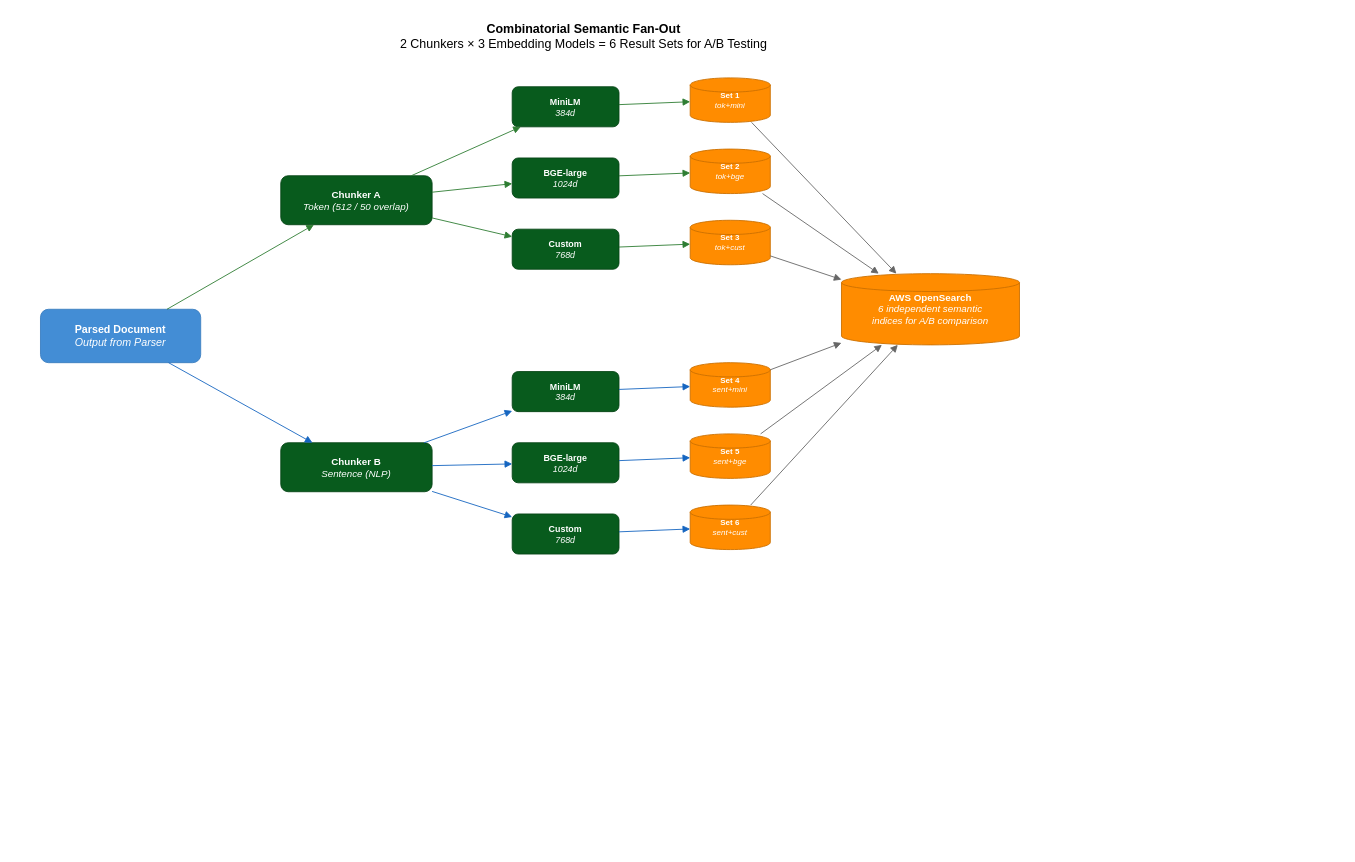
Before: page "5 - Combinatorial Fan-Out" (5 of 8) of ARCHITECTURE_DIAGRAMS.drawio in ai-pipestream/.github, a draw.io diagram. Source tidied: cells renumbered, new cells numbered last; positions are measured from the earlier drawing's top-left corner, leaving out a move shared by most shapes. Both pictures are drawn from the tidied source at 89%, with x=0, y=0 at pixel (40, 15).
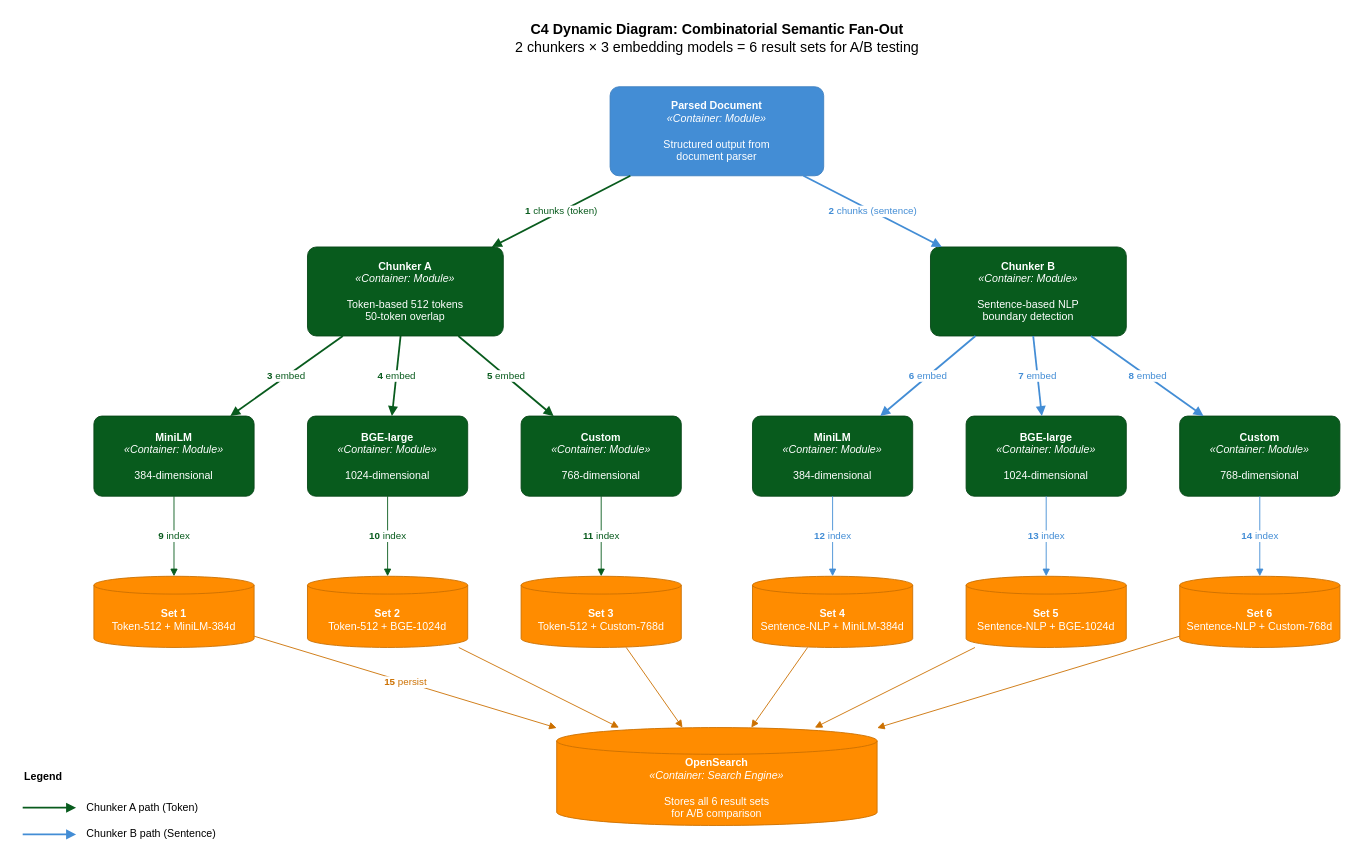
After the change.

Change to the diagram source:
```diff
@@
-    <mxCell id="2" value="&lt;b&gt;Combinatorial Semantic Fan-Out&lt;/b&gt;&lt;br&gt;2 Chunkers × 3 Embedding Models = 6 Result Sets for A/B Testing" style="text;html=1;align=center;fontSize=14;" parent="1" vertex="1">
-      <mxGeometry x="360" width="500" height="40" as="geometry" />
-    </mxCell>
-    <mxCell id="3" value="&lt;b&gt;Parsed Document&lt;/b&gt;&lt;br&gt;&lt;i&gt;Output from Parser&lt;/i&gt;" style="rounded=1;fillColor=#438DD5;strokeColor=#3C7FC0;fontColor=#ffffff;fontSize=12;whiteSpace=wrap;html=1;" parent="1" vertex="1">
-      <mxGeometry y="330" width="180" height="60" as="geometry" />
-    </mxCell>
-    <mxCell id="4" value="&lt;b&gt;Chunker A&lt;/b&gt;&lt;br&gt;&lt;i&gt;Token (512 / 50 overlap)&lt;/i&gt;" style="rounded=1;fillColor=#085B1D;strokeColor=#064516;fontColor=#ffffff;fontSize=11;whiteSpace=wrap;html=1;" parent="1" vertex="1">
-      <mxGeometry x="270" y="180" width="170" height="55" as="geometry" />
-    </mxCell>
-    <mxCell id="5" value="&lt;b&gt;Chunker B&lt;/b&gt;&lt;br&gt;&lt;i&gt;Sentence (NLP)&lt;/i&gt;" style="rounded=1;fillColor=#085B1D;strokeColor=#064516;fontColor=#ffffff;fontSize=11;whiteSpace=wrap;html=1;" parent="1" vertex="1">
-      <mxGeometry x="270" y="480" width="170" height="55" as="geometry" />
-    </mxCell>
-    <mxCell id="6" value="&lt;b&gt;MiniLM&lt;/b&gt;&lt;br&gt;&lt;i&gt;384d&lt;/i&gt;" style="rounded=1;fillColor=#085B1D;strokeColor=#064516;fontColor=#ffffff;fontSize=10;whiteSpace=wrap;html=1;" parent="1" vertex="1">
-      <mxGeometry x="530" y="80" width="120" height="45" as="geometry" />
-    </mxCell>
-    <mxCell id="7" value="&lt;b&gt;BGE-large&lt;/b&gt;&lt;br&gt;&lt;i&gt;1024d&lt;/i&gt;" style="rounded=1;fillColor=#085B1D;strokeColor=#064516;fontColor=#ffffff;fontSize=10;whiteSpace=wrap;html=1;" parent="1" vertex="1">
-      <mxGeometry x="530" y="160" width="120" height="45" as="geometry" />
-    </mxCell>
-    <mxCell id="8" value="&lt;b&gt;Custom&lt;/b&gt;&lt;br&gt;&lt;i&gt;768d&lt;/i&gt;" style="rounded=1;fillColor=#085B1D;strokeColor=#064516;fontColor=#ffffff;fontSize=10;whiteSpace=wrap;html=1;" parent="1" vertex="1">
-      <mxGeometry x="530" y="240" width="120" height="45" as="geometry" />
-    </mxCell>
-    <mxCell id="9" value="&lt;b&gt;MiniLM&lt;/b&gt;&lt;br&gt;&lt;i&gt;384d&lt;/i&gt;" style="rounded=1;fillColor=#085B1D;strokeColor=#064516;fontColor=#ffffff;fontSize=10;whiteSpace=wrap;html=1;" parent="1" vertex="1">
-      <mxGeometry x="530" y="400" width="120" height="45" as="geometry" />
-    </mxCell>
-    <mxCell id="10" value="&lt;b&gt;BGE-large&lt;/b&gt;&lt;br&gt;&lt;i&gt;1024d&lt;/i&gt;" style="rounded=1;fillColor=#085B1D;strokeColor=#064516;fontColor=#ffffff;fontSize=10;whiteSpace=wrap;html=1;" parent="1" vertex="1">
-      <mxGeometry x="530" y="480" width="120" height="45" as="geometry" />
-    </mxCell>
-    <mxCell id="11" value="&lt;b&gt;Custom&lt;/b&gt;&lt;br&gt;&lt;i&gt;768d&lt;/i&gt;" style="rounded=1;fillColor=#085B1D;strokeColor=#064516;fontColor=#ffffff;fontSize=10;whiteSpace=wrap;html=1;" parent="1" vertex="1">
-      <mxGeometry x="530" y="560" width="120" height="45" as="geometry" />
-    </mxCell>
-    <mxCell id="12" value="&lt;b&gt;Set 1&lt;/b&gt;&lt;br&gt;&lt;i&gt;tok+mini&lt;/i&gt;" style="shape=cylinder3;fillColor=#FF8C00;strokeColor=#CC7000;fontColor=#ffffff;fontSize=9;whiteSpace=wrap;size=8;html=1;" parent="1" vertex="1">
-      <mxGeometry x="730" y="70" width="90" height="50" as="geometry" />
-    </mxCell>
-    <mxCell id="13" value="&lt;b&gt;Set 2&lt;/b&gt;&lt;br&gt;&lt;i&gt;tok+bge&lt;/i&gt;" style="shape=cylinder3;fillColor=#FF8C00;strokeColor=#CC7000;fontColor=#ffffff;fontSize=9;whiteSpace=wrap;size=8;html=1;" parent="1" vertex="1">
-      <mxGeometry x="730" y="150" width="90" height="50" as="geometry" />
-    </mxCell>
-    <mxCell id="14" value="&lt;b&gt;Set 3&lt;/b&gt;&lt;br&gt;&lt;i&gt;tok+cust&lt;/i&gt;" style="shape=cylinder3;fillColor=#FF8C00;strokeColor=#CC7000;fontColor=#ffffff;fontSize=9;whiteSpace=wrap;size=8;html=1;" parent="1" vertex="1">
-      <mxGeometry x="730" y="230" width="90" height="50" as="geometry" />
-    </mxCell>
-    <mxCell id="15" value="&lt;b&gt;Set 4&lt;/b&gt;&lt;br&gt;&lt;i&gt;sent+mini&lt;/i&gt;" style="shape=cylinder3;fillColor=#FF8C00;strokeColor=#CC7000;fontColor=#ffffff;fontSize=9;whiteSpace=wrap;size=8;html=1;" parent="1" vertex="1">
-      <mxGeometry x="730" y="390" width="90" height="50" as="geometry" />
-    </mxCell>
-    <mxCell id="16" value="&lt;b&gt;Set 5&lt;/b&gt;&lt;br&gt;&lt;i&gt;sent+bge&lt;/i&gt;" style="shape=cylinder3;fillColor=#FF8C00;strokeColor=#CC7000;fontColor=#ffffff;fontSize=9;whiteSpace=wrap;size=8;html=1;" parent="1" vertex="1">
-      <mxGeometry x="730" y="470" width="90" height="50" as="geometry" />
-    </mxCell>
-    <mxCell id="17" value="&lt;b&gt;Set 6&lt;/b&gt;&lt;br&gt;&lt;i&gt;sent+cust&lt;/i&gt;" style="shape=cylinder3;fillColor=#FF8C00;strokeColor=#CC7000;fontColor=#ffffff;fontSize=9;whiteSpace=wrap;size=8;html=1;" parent="1" vertex="1">
-      <mxGeometry x="730" y="550" width="90" height="50" as="geometry" />
-    </mxCell>
-    <mxCell id="18" value="&lt;b&gt;AWS OpenSearch&lt;/b&gt;&lt;br&gt;&lt;i&gt;6 independent semantic&lt;br&gt;indices for A/B comparison&lt;/i&gt;" style="shape=cylinder3;fillColor=#FF8C00;strokeColor=#CC7000;fontColor=#ffffff;fontSize=11;whiteSpace=wrap;size=10;html=1;" parent="1" vertex="1">
-      <mxGeometry x="900" y="290" width="200" height="80" as="geometry" />
-    </mxCell>
-    <mxCell id="19" style="endArrow=block;endFill=1;strokeColor=#2E7D32;" parent="1" edge="1" source="3" target="4">
-      <mxGeometry relative="1" as="geometry" />
-    </mxCell>
-    <mxCell id="20" style="endArrow=block;endFill=1;strokeColor=#1565C0;" parent="1" edge="1" source="3" target="5">
-      <mxGeometry relative="1" as="geometry" />
-    </mxCell>
-    <mxCell id="21" style="endArrow=block;endFill=1;strokeColor=#2E7D32;" parent="1" edge="1" source="4" target="6">
-      <mxGeometry relative="1" as="geometry" />
-    </mxCell>
-    <mxCell id="22" style="endArrow=block;endFill=1;strokeColor=#2E7D32;" parent="1" edge="1" source="4" target="7">
-      <mxGeometry relative="1" as="geometry" />
-    </mxCell>
-    <mxCell id="23" style="endArrow=block;endFill=1;strokeColor=#2E7D32;" parent="1" edge="1" source="4" target="8">
-      <mxGeometry relative="1" as="geometry" />
-    </mxCell>
-    <mxCell id="24" style="endArrow=block;endFill=1;strokeColor=#1565C0;" parent="1" edge="1" source="5" target="9">
-      <mxGeometry relative="1" as="geometry" />
-    </mxCell>
-    <mxCell id="25" style="endArrow=block;endFill=1;strokeColor=#1565C0;" parent="1" edge="1" source="5" target="10">
-      <mxGeometry relative="1" as="geometry" />
-    </mxCell>
-    <mxCell id="26" style="endArrow=block;endFill=1;strokeColor=#1565C0;" parent="1" edge="1" source="5" target="11">
-      <mxGeometry relative="1" as="geometry" />
-    </mxCell>
-    <mxCell id="27" style="endArrow=block;endFill=1;strokeColor=#2E7D32;" parent="1" edge="1" source="6" target="12">
-      <mxGeometry relative="1" as="geometry" />
-    </mxCell>
-    <mxCell id="28" style="endArrow=block;endFill=1;strokeColor=#2E7D32;" parent="1" edge="1" source="7" target="13">
-      <mxGeometry relative="1" as="geometry" />
-    </mxCell>
-    <mxCell id="29" style="endArrow=block;endFill=1;strokeColor=#2E7D32;" parent="1" edge="1" source="8" target="14">
-      <mxGeometry relative="1" as="geometry" />
-    </mxCell>
-    <mxCell id="30" style="endArrow=block;endFill=1;strokeColor=#1565C0;" parent="1" edge="1" source="9" target="15">
-      <mxGeometry relative="1" as="geometry" />
-    </mxCell>
-    <mxCell id="31" style="endArrow=block;endFill=1;strokeColor=#1565C0;" parent="1" edge="1" source="10" target="16">
-      <mxGeometry relative="1" as="geometry" />
-    </mxCell>
-    <mxCell id="32" style="endArrow=block;endFill=1;strokeColor=#1565C0;" parent="1" edge="1" source="11" target="17">
-      <mxGeometry relative="1" as="geometry" />
-    </mxCell>
-    <mxCell id="33" style="endArrow=block;endFill=1;strokeColor=#666666;" parent="1" edge="1" source="12" target="18">
-      <mxGeometry relative="1" as="geometry" />
-    </mxCell>
-    <mxCell id="34" style="endArrow=block;endFill=1;strokeColor=#666666;" parent="1" edge="1" source="13" target="18">
-      <mxGeometry relative="1" as="geometry" />
-    </mxCell>
-    <mxCell id="35" style="endArrow=block;endFill=1;strokeColor=#666666;" parent="1" edge="1" source="14" target="18">
-      <mxGeometry relative="1" as="geometry" />
-    </mxCell>
-    <mxCell id="36" style="endArrow=block;endFill=1;strokeColor=#666666;" parent="1" edge="1" source="15" target="18">
-      <mxGeometry relative="1" as="geometry" />
-    </mxCell>
-    <mxCell id="37" style="endArrow=block;endFill=1;strokeColor=#666666;" parent="1" edge="1" source="16" target="18">
-      <mxGeometry relative="1" as="geometry" />
-    </mxCell>
-    <mxCell id="38" style="endArrow=block;endFill=1;strokeColor=#666666;" parent="1" edge="1" source="17" target="18">
-      <mxGeometry relative="1" as="geometry" />
-    </mxCell>
+    <mxCell id="39" value="&lt;b&gt;C4 Dynamic Diagram: Combinatorial Semantic Fan-Out&lt;/b&gt;&lt;br&gt;2 chunkers × 3 embedding models = 6 result sets for A/B testing" style="text;html=1;align=center;verticalAlign=middle;strokeColor=none;fillColor=none;fontSize=16;" parent="1" vertex="1">
+      <mxGeometry x="360" width="800" height="50" as="geometry" />
+    </mxCell>
+    <mxCell id="40" value="&lt;b&gt;Parsed Document&lt;/b&gt;&lt;br&gt;&lt;i&gt;«Container: Module»&lt;/i&gt;&lt;br&gt;&lt;br&gt;Structured output from&lt;br&gt;document parser" style="rounded=1;whiteSpace=wrap;html=1;fillColor=#438DD5;strokeColor=#3C7FC0;fontColor=#FFFFFF;arcSize=10;verticalAlign=middle;align=center;" parent="1" vertex="1">
+      <mxGeometry x="640" y="80" width="240" height="100" as="geometry" />
+    </mxCell>
+    <mxCell id="41" value="&lt;b&gt;Chunker A&lt;/b&gt;&lt;br&gt;&lt;i&gt;«Container: Module»&lt;/i&gt;&lt;br&gt;&lt;br&gt;Token-based 512 tokens&lt;br&gt;50-token overlap" style="rounded=1;whiteSpace=wrap;html=1;fillColor=#085B1D;strokeColor=#064516;fontColor=#FFFFFF;arcSize=10;verticalAlign=middle;align=center;" parent="1" vertex="1">
+      <mxGeometry x="300" y="260" width="220" height="100" as="geometry" />
+    </mxCell>
+    <mxCell id="42" value="&lt;b&gt;Chunker B&lt;/b&gt;&lt;br&gt;&lt;i&gt;«Container: Module»&lt;/i&gt;&lt;br&gt;&lt;br&gt;Sentence-based NLP&lt;br&gt;boundary detection" style="rounded=1;whiteSpace=wrap;html=1;fillColor=#085B1D;strokeColor=#064516;fontColor=#FFFFFF;arcSize=10;verticalAlign=middle;align=center;" parent="1" vertex="1">
+      <mxGeometry x="1000" y="260" width="220" height="100" as="geometry" />
+    </mxCell>
+    <mxCell id="43" value="&lt;b&gt;1&lt;/b&gt; chunks (token)" style="html=1;endArrow=block;endFill=1;strokeColor=#085B1D;strokeWidth=2;fontColor=#085B1D;" parent="1" edge="1" source="40" target="41">
+      <mxGeometry relative="1" as="geometry" />
+    </mxCell>
+    <mxCell id="44" value="&lt;b&gt;2&lt;/b&gt; chunks (sentence)" style="html=1;endArrow=block;endFill=1;strokeColor=#438DD5;strokeWidth=2;fontColor=#438DD5;" parent="1" edge="1" source="40" target="42">
+      <mxGeometry relative="1" as="geometry" />
+    </mxCell>
+    <mxCell id="45" value="&lt;b&gt;MiniLM&lt;/b&gt;&lt;br&gt;&lt;i&gt;«Container: Module»&lt;/i&gt;&lt;br&gt;&lt;br&gt;384-dimensional" style="rounded=1;whiteSpace=wrap;html=1;fillColor=#085B1D;strokeColor=#064516;fontColor=#FFFFFF;arcSize=10;verticalAlign=middle;align=center;" parent="1" vertex="1">
+      <mxGeometry x="60" y="450" width="180" height="90" as="geometry" />
+    </mxCell>
+    <mxCell id="46" value="&lt;b&gt;BGE-large&lt;/b&gt;&lt;br&gt;&lt;i&gt;«Container: Module»&lt;/i&gt;&lt;br&gt;&lt;br&gt;1024-dimensional" style="rounded=1;whiteSpace=wrap;html=1;fillColor=#085B1D;strokeColor=#064516;fontColor=#FFFFFF;arcSize=10;verticalAlign=middle;align=center;" parent="1" vertex="1">
+      <mxGeometry x="300" y="450" width="180" height="90" as="geometry" />
+    </mxCell>
+    <mxCell id="47" value="&lt;b&gt;Custom&lt;/b&gt;&lt;br&gt;&lt;i&gt;«Container: Module»&lt;/i&gt;&lt;br&gt;&lt;br&gt;768-dimensional" style="rounded=1;whiteSpace=wrap;html=1;fillColor=#085B1D;strokeColor=#064516;fontColor=#FFFFFF;arcSize=10;verticalAlign=middle;align=center;" parent="1" vertex="1">
+      <mxGeometry x="540" y="450" width="180" height="90" as="geometry" />
+    </mxCell>
+    <mxCell id="48" value="&lt;b&gt;MiniLM&lt;/b&gt;&lt;br&gt;&lt;i&gt;«Container: Module»&lt;/i&gt;&lt;br&gt;&lt;br&gt;384-dimensional" style="rounded=1;whiteSpace=wrap;html=1;fillColor=#085B1D;strokeColor=#064516;fontColor=#FFFFFF;arcSize=10;verticalAlign=middle;align=center;" parent="1" vertex="1">
+      <mxGeometry x="800" y="450" width="180" height="90" as="geometry" />
+    </mxCell>
+    <mxCell id="49" value="&lt;b&gt;BGE-large&lt;/b&gt;&lt;br&gt;&lt;i&gt;«Container: Module»&lt;/i&gt;&lt;br&gt;&lt;br&gt;1024-dimensional" style="rounded=1;whiteSpace=wrap;html=1;fillColor=#085B1D;strokeColor=#064516;fontColor=#FFFFFF;arcSize=10;verticalAlign=middle;align=center;" parent="1" vertex="1">
+      <mxGeometry x="1040" y="450" width="180" height="90" as="geometry" />
+    </mxCell>
+    <mxCell id="50" value="&lt;b&gt;Custom&lt;/b&gt;&lt;br&gt;&lt;i&gt;«Container: Module»&lt;/i&gt;&lt;br&gt;&lt;br&gt;768-dimensional" style="rounded=1;whiteSpace=wrap;html=1;fillColor=#085B1D;strokeColor=#064516;fontColor=#FFFFFF;arcSize=10;verticalAlign=middle;align=center;" parent="1" vertex="1">
+      <mxGeometry x="1280" y="450" width="180" height="90" as="geometry" />
+    </mxCell>
+    <mxCell id="51" value="&lt;b&gt;3&lt;/b&gt; embed" style="html=1;endArrow=block;endFill=1;strokeColor=#085B1D;strokeWidth=2;fontColor=#085B1D;" parent="1" edge="1" source="41" target="45">
+      <mxGeometry relative="1" as="geometry" />
+    </mxCell>
+    <mxCell id="52" value="&lt;b&gt;4&lt;/b&gt; embed" style="html=1;endArrow=block;endFill=1;strokeColor=#085B1D;strokeWidth=2;fontColor=#085B1D;" parent="1" edge="1" source="41" target="46">
+      <mxGeometry relative="1" as="geometry" />
+    </mxCell>
+    <mxCell id="53" value="&lt;b&gt;5&lt;/b&gt; embed" style="html=1;endArrow=block;endFill=1;strokeColor=#085B1D;strokeWidth=2;fontColor=#085B1D;" parent="1" edge="1" source="41" target="47">
+      <mxGeometry relative="1" as="geometry" />
+    </mxCell>
+    <mxCell id="54" value="&lt;b&gt;6&lt;/b&gt; embed" style="html=1;endArrow=block;endFill=1;strokeColor=#438DD5;strokeWidth=2;fontColor=#438DD5;" parent="1" edge="1" source="42" target="48">
+      <mxGeometry relative="1" as="geometry" />
+    </mxCell>
+    <mxCell id="55" value="&lt;b&gt;7&lt;/b&gt; embed" style="html=1;endArrow=block;endFill=1;strokeColor=#438DD5;strokeWidth=2;fontColor=#438DD5;" parent="1" edge="1" source="42" target="49">
+      <mxGeometry relative="1" as="geometry" />
+    </mxCell>
+    <mxCell id="56" value="&lt;b&gt;8&lt;/b&gt; embed" style="html=1;endArrow=block;endFill=1;strokeColor=#438DD5;strokeWidth=2;fontColor=#438DD5;" parent="1" edge="1" source="42" target="50">
+      <mxGeometry relative="1" as="geometry" />
+    </mxCell>
+    <mxCell id="57" value="&lt;b&gt;Set 1&lt;/b&gt;&lt;br&gt;Token-512 + MiniLM-384d" style="shape=cylinder3;whiteSpace=wrap;html=1;boundedLbl=1;backgroundOutline=1;size=10;fillColor=#FF8C00;strokeColor=#CC7000;fontColor=#FFFFFF;verticalAlign=middle;align=center;" parent="1" vertex="1">
+      <mxGeometry x="60" y="630" width="180" height="80" as="geometry" />
+    </mxCell>
+    <mxCell id="58" value="&lt;b&gt;Set 2&lt;/b&gt;&lt;br&gt;Token-512 + BGE-1024d" style="shape=cylinder3;whiteSpace=wrap;html=1;boundedLbl=1;backgroundOutline=1;size=10;fillColor=#FF8C00;strokeColor=#CC7000;fontColor=#FFFFFF;verticalAlign=middle;align=center;" parent="1" vertex="1">
+      <mxGeometry x="300" y="630" width="180" height="80" as="geometry" />
+    </mxCell>
+    <mxCell id="59" value="&lt;b&gt;Set 3&lt;/b&gt;&lt;br&gt;Token-512 + Custom-768d" style="shape=cylinder3;whiteSpace=wrap;html=1;boundedLbl=1;backgroundOutline=1;size=10;fillColor=#FF8C00;strokeColor=#CC7000;fontColor=#FFFFFF;verticalAlign=middle;align=center;" parent="1" vertex="1">
+      <mxGeometry x="540" y="630" width="180" height="80" as="geometry" />
+    </mxCell>
+    <mxCell id="60" value="&lt;b&gt;Set 4&lt;/b&gt;&lt;br&gt;Sentence-NLP + MiniLM-384d" style="shape=cylinder3;whiteSpace=wrap;html=1;boundedLbl=1;backgroundOutline=1;size=10;fillColor=#FF8C00;strokeColor=#CC7000;fontColor=#FFFFFF;verticalAlign=middle;align=center;" parent="1" vertex="1">
+      <mxGeometry x="800" y="630" width="180" height="80" as="geometry" />
+    </mxCell>
+    <mxCell id="61" value="&lt;b&gt;Set 5&lt;/b&gt;&lt;br&gt;Sentence-NLP + BGE-1024d" style="shape=cylinder3;whiteSpace=wrap;html=1;boundedLbl=1;backgroundOutline=1;size=10;fillColor=#FF8C00;strokeColor=#CC7000;fontColor=#FFFFFF;verticalAlign=middle;align=center;" parent="1" vertex="1">
+      <mxGeometry x="1040" y="630" width="180" height="80" as="geometry" />
+    </mxCell>
+    <mxCell id="62" value="&lt;b&gt;Set 6&lt;/b&gt;&lt;br&gt;Sentence-NLP + Custom-768d" style="shape=cylinder3;whiteSpace=wrap;html=1;boundedLbl=1;backgroundOutline=1;size=10;fillColor=#FF8C00;strokeColor=#CC7000;fontColor=#FFFFFF;verticalAlign=middle;align=center;" parent="1" vertex="1">
+      <mxGeometry x="1280" y="630" width="180" height="80" as="geometry" />
+    </mxCell>
+    <mxCell id="63" value="&lt;b&gt;9&lt;/b&gt; index" style="html=1;endArrow=block;endFill=1;strokeColor=#085B1D;strokeWidth=1;fontColor=#085B1D;" parent="1" edge="1" source="45" target="57">
+      <mxGeometry relative="1" as="geometry" />
+    </mxCell>
+    <mxCell id="64" value="&lt;b&gt;10&lt;/b&gt; index" style="html=1;endArrow=block;endFill=1;strokeColor=#085B1D;strokeWidth=1;fontColor=#085B1D;" parent="1" edge="1" source="46" target="58">
+      <mxGeometry relative="1" as="geometry" />
+    </mxCell>
+    <mxCell id="65" value="&lt;b&gt;11&lt;/b&gt; index" style="html=1;endArrow=block;endFill=1;strokeColor=#085B1D;strokeWidth=1;fontColor=#085B1D;" parent="1" edge="1" source="47" target="59">
+      <mxGeometry relative="1" as="geometry" />
+    </mxCell>
+    <mxCell id="66" value="&lt;b&gt;12&lt;/b&gt; index" style="html=1;endArrow=block;endFill=1;strokeColor=#438DD5;strokeWidth=1;fontColor=#438DD5;" parent="1" edge="1" source="48" target="60">
+      <mxGeometry relative="1" as="geometry" />
+    </mxCell>
+    <mxCell id="67" value="&lt;b&gt;13&lt;/b&gt; index" style="html=1;endArrow=block;endFill=1;strokeColor=#438DD5;strokeWidth=1;fontColor=#438DD5;" parent="1" edge="1" source="49" target="61">
+      <mxGeometry relative="1" as="geometry" />
+    </mxCell>
+    <mxCell id="68" value="&lt;b&gt;14&lt;/b&gt; index" style="html=1;endArrow=block;endFill=1;strokeColor=#438DD5;strokeWidth=1;fontColor=#438DD5;" parent="1" edge="1" source="50" target="62">
+      <mxGeometry relative="1" as="geometry" />
+    </mxCell>
+    <mxCell id="69" value="&lt;b&gt;OpenSearch&lt;/b&gt;&lt;br&gt;&lt;i&gt;«Container: Search Engine»&lt;/i&gt;&lt;br&gt;&lt;br&gt;Stores all 6 result sets&lt;br&gt;for A/B comparison" style="shape=cylinder3;whiteSpace=wrap;html=1;boundedLbl=1;backgroundOutline=1;size=15;fillColor=#FF8C00;strokeColor=#CC7000;fontColor=#FFFFFF;verticalAlign=middle;align=center;" parent="1" vertex="1">
+      <mxGeometry x="580" y="800" width="360" height="110" as="geometry" />
+    </mxCell>
+    <mxCell id="70" value="&lt;b&gt;15&lt;/b&gt; persist" style="html=1;endArrow=block;endFill=1;strokeColor=#CC7000;strokeWidth=1;fontColor=#CC7000;" parent="1" edge="1" source="57" target="69">
+      <mxGeometry relative="1" as="geometry" />
+    </mxCell>
+    <mxCell id="71" style="html=1;endArrow=block;endFill=1;strokeColor=#CC7000;strokeWidth=1;" parent="1" edge="1" source="58" target="69">
+      <mxGeometry relative="1" as="geometry" />
+    </mxCell>
+    <mxCell id="72" style="html=1;endArrow=block;endFill=1;strokeColor=#CC7000;strokeWidth=1;" parent="1" edge="1" source="59" target="69">
+      <mxGeometry relative="1" as="geometry" />
+    </mxCell>
+    <mxCell id="73" style="html=1;endArrow=block;endFill=1;strokeColor=#CC7000;strokeWidth=1;" parent="1" edge="1" source="60" target="69">
+      <mxGeometry relative="1" as="geometry" />
+    </mxCell>
+    <mxCell id="74" style="html=1;endArrow=block;endFill=1;strokeColor=#CC7000;strokeWidth=1;" parent="1" edge="1" source="61" target="69">
+      <mxGeometry relative="1" as="geometry" />
+    </mxCell>
+    <mxCell id="75" style="html=1;endArrow=block;endFill=1;strokeColor=#CC7000;strokeWidth=1;" parent="1" edge="1" source="62" target="69">
+      <mxGeometry relative="1" as="geometry" />
+    </mxCell>
+    <mxCell id="76" value="&lt;b&gt;Legend&lt;/b&gt;" style="text;html=1;align=left;verticalAlign=middle;strokeColor=none;fillColor=none;fontSize=12;" parent="1" vertex="1">
+      <mxGeometry x="-20" y="840" width="70" height="30" as="geometry" />
+    </mxCell>
+    <mxCell id="77" style="endArrow=block;endFill=1;strokeColor=#085B1D;strokeWidth=2;html=1;" parent="1" edge="1">
+      <mxGeometry relative="1" as="geometry">
+        <mxPoint x="-20" y="890" as="sourcePoint" />
+        <mxPoint x="40" y="890" as="targetPoint" />
+      </mxGeometry>
+    </mxCell>
+    <mxCell id="78" value="Chunker A path (Token)" style="text;html=1;align=left;verticalAlign=middle;strokeColor=none;fillColor=none;" parent="1" vertex="1">
+      <mxGeometry x="50" y="875" width="150" height="30" as="geometry" />
+    </mxCell>
+    <mxCell id="79" style="endArrow=block;endFill=1;strokeColor=#438DD5;strokeWidth=2;html=1;" parent="1" edge="1">
+      <mxGeometry relative="1" as="geometry">
+        <mxPoint x="-20" y="920" as="sourcePoint" />
+        <mxPoint x="40" y="920" as="targetPoint" />
+      </mxGeometry>
+    </mxCell>
+    <mxCell id="80" value="Chunker B path (Sentence)" style="text;html=1;align=left;verticalAlign=middle;strokeColor=none;fillColor=none;" parent="1" vertex="1">
+      <mxGeometry x="50" y="905" width="170" height="30" as="geometry" />
+    </mxCell>
```
